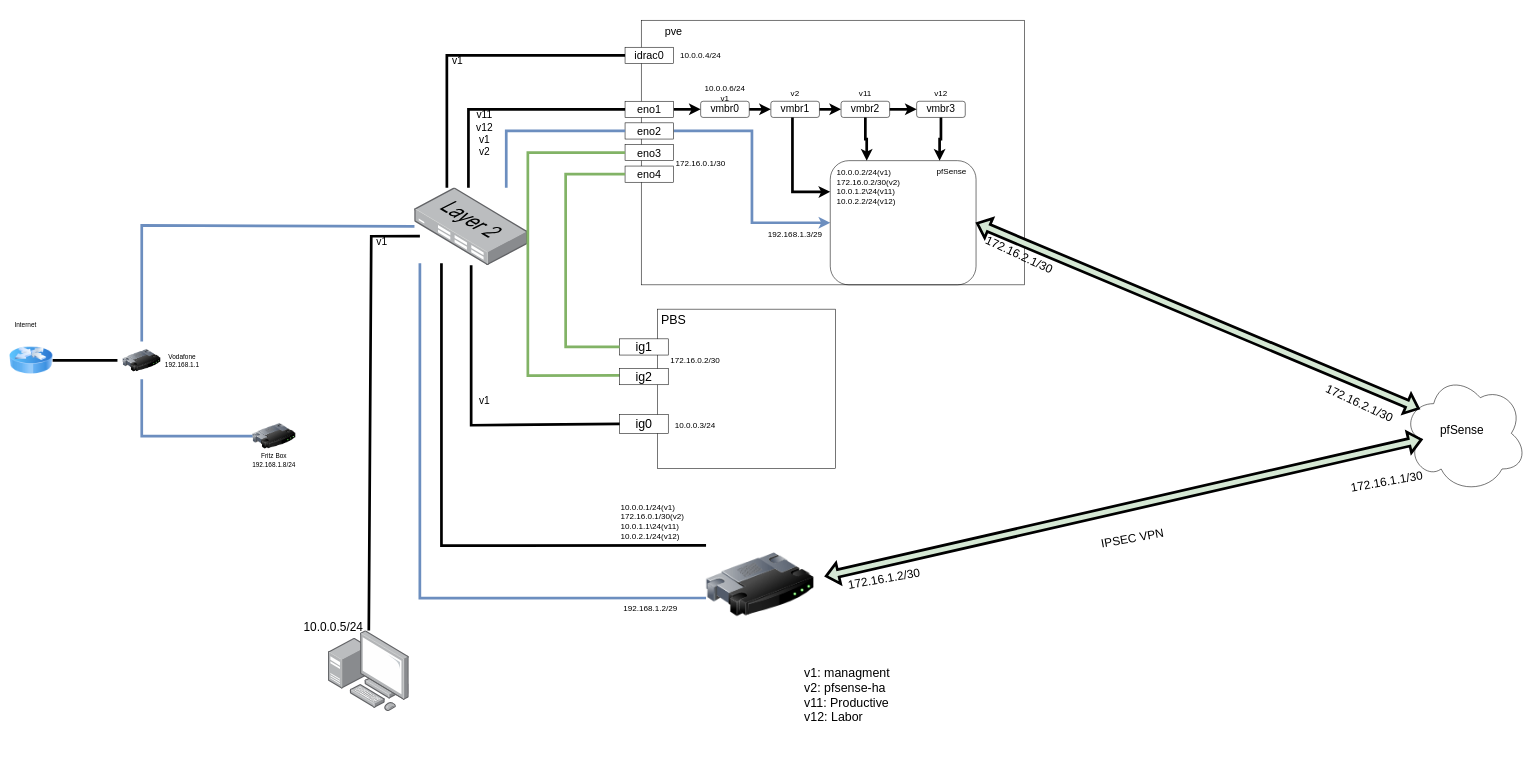
The draw.io diagram Untitled Diagram.drawio in lucpfi/homelab, before the edit. Source tidied: cells renumbered, new cells numbered last; positions are measured from the earlier drawing's top-left corner, leaving out a move shared by most shapes. Both pictures are drawn from the tidied source at 54%, with x=0, y=0 at pixel (9, 9).
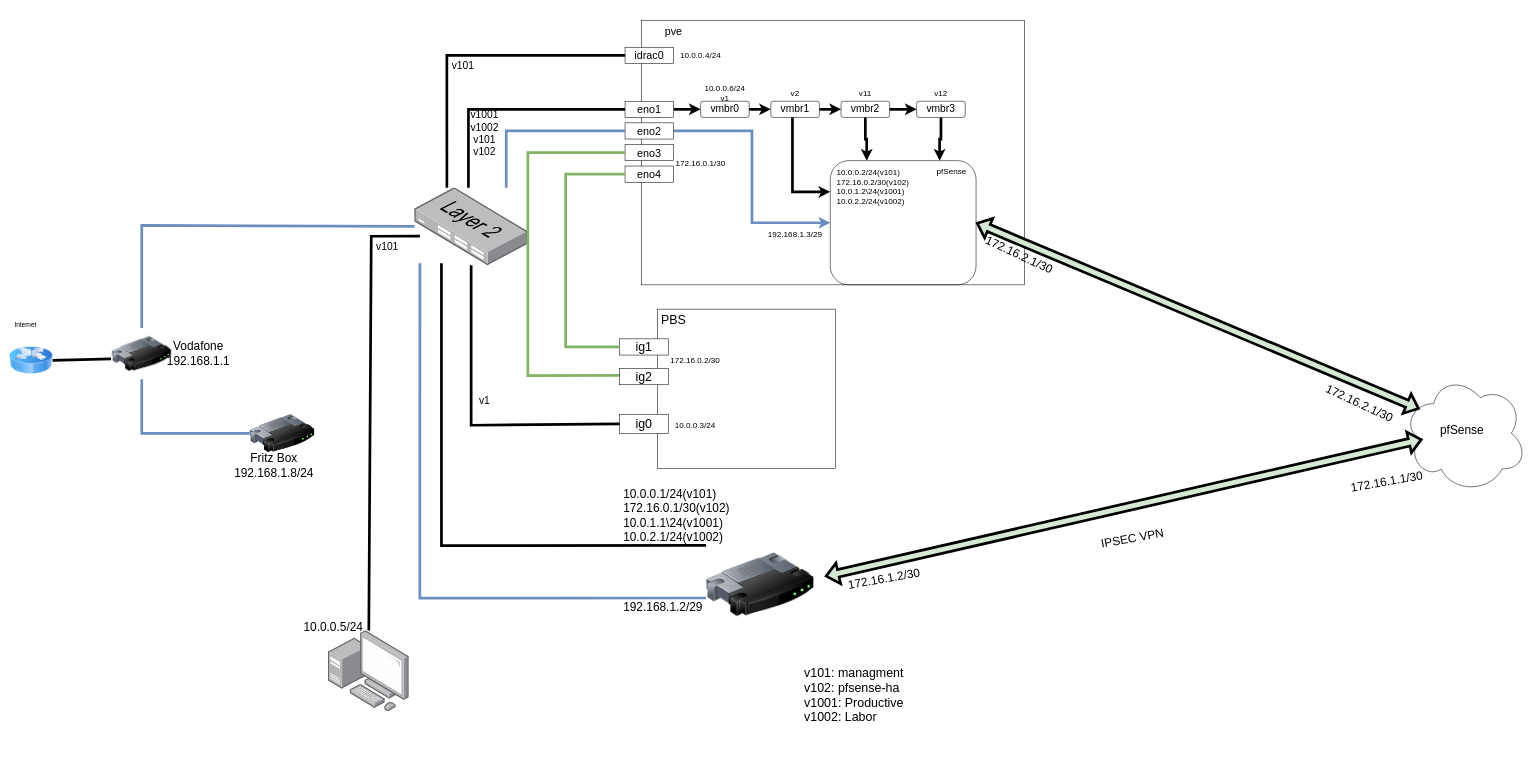
After the change.

Unchanged cells that the change refers to:
```xml
<mxCell id="5" style="image;html=1;image=img/lib/clip_art/networking/Router_Icon_128x128.png;" parent="1" vertex="1">
  <mxGeometry y="610" width="80" height="80" as="geometry" />
</mxCell>
```

The edit, as a diff of the source:
```diff
@@
     <mxCell id="2" style="image;html=1;image=img/lib/clip_art/networking/Router_128x128.png;" parent="1" vertex="1">
-      <mxGeometry x="210" y="615" width="70" height="70" as="geometry" />
+      <mxGeometry x="190" y="590" width="110" height="95" as="geometry" />
     </mxCell>
@@
     <mxCell id="4" style="image;html=1;image=img/lib/clip_art/networking/Router_128x128.png;" parent="1" vertex="1">
-      <mxGeometry x="450" y="750" width="80" height="80" as="geometry" />
+      <mxGeometry x="445" y="740" width="120" height="90" as="geometry" />
     </mxCell>
@@
-    <mxCell id="6" style="endArrow=none;html=1;rounded=0;exitX=1;exitY=0.5;exitDx=0;exitDy=0;strokeWidth=5;" parent="1" edge="1" source="5">
-      <mxGeometry relative="1" as="geometry">
-        <mxPoint x="200" y="650" as="targetPoint" />
-      </mxGeometry>
+    <mxCell id="6" style="endArrow=none;html=1;rounded=0;exitX=1;exitY=0.5;exitDx=0;exitDy=0;strokeWidth=5;entryX=-0.018;entryY=0.601;entryDx=0;entryDy=0;entryPerimeter=0;" parent="1" edge="1" source="5" target="2">
+      <mxGeometry relative="1" as="geometry" />
     </mxCell>
@@
     <mxCell id="8" style="endArrow=none;html=1;rounded=0;strokeWidth=5;entryX=0.5;entryY=1;entryDx=0;entryDy=0;exitX=0;exitY=0.5;exitDx=0;exitDy=0;fillColor=#dae8fc;strokeColor=#6c8ebf;" parent="1" edge="1" source="4" target="2">
       <mxGeometry relative="1" as="geometry">
         <Array as="points">
-          <mxPoint x="245" y="790" />
+          <mxPoint x="245" y="785" />
         </Array>
       </mxGeometry>
     </mxCell>
@@
-    <mxCell id="10" value="Vodafone&lt;br&gt;192.168.1.1" style="text;html=1;strokeColor=none;fillColor=none;align=center;verticalAlign=middle;whiteSpace=wrap;rounded=0;" parent="1" vertex="1">
-      <mxGeometry x="290" y="635" width="60" height="30" as="geometry" />
+    <mxCell id="10" value="Vodafone&lt;br style=&quot;font-size: 22px;&quot;&gt;192.168.1.1" style="text;html=1;strokeColor=none;fillColor=none;align=center;verticalAlign=middle;whiteSpace=wrap;rounded=0;fontSize=22;" parent="1" vertex="1">
+      <mxGeometry x="320" y="622.5" width="60" height="30" as="geometry" />
     </mxCell>
-    <mxCell id="11" value="Fritz Box&lt;br&gt;192.168.1.8/24" style="text;html=1;strokeColor=none;fillColor=none;align=center;verticalAlign=middle;whiteSpace=wrap;rounded=0;" parent="1" vertex="1">
-      <mxGeometry x="445" y="820" width="90" height="30" as="geometry" />
+    <mxCell id="11" value="Fritz Box&lt;br style=&quot;font-size: 22px;&quot;&gt;192.168.1.8/24" style="text;html=1;strokeColor=none;fillColor=none;align=center;verticalAlign=middle;whiteSpace=wrap;rounded=0;fontSize=22;" parent="1" vertex="1">
+      <mxGeometry x="445" y="830" width="90" height="30" as="geometry" />
     </mxCell>
@@
-    <mxCell id="23" value="v1: managment&lt;br&gt;v2: pfsense-ha&lt;br&gt;v11: Productive&lt;br&gt;&lt;div&gt;&lt;div&gt;v12: Labor&lt;/div&gt;&lt;/div&gt;" style="text;html=1;strokeColor=none;fillColor=none;align=left;verticalAlign=middle;whiteSpace=wrap;rounded=0;fontSize=23;" parent="1" vertex="1">
+    <mxCell id="23" value="v101: managment&lt;br&gt;v102: pfsense-ha&lt;br&gt;v1001: Productive&lt;br&gt;&lt;div&gt;&lt;div&gt;v1002: Labor&lt;/div&gt;&lt;/div&gt;" style="text;html=1;strokeColor=none;fillColor=none;align=left;verticalAlign=middle;whiteSpace=wrap;rounded=0;fontSize=23;" parent="1" vertex="1">
       <mxGeometry x="1470" y="1170" width="210" height="200" as="geometry" />
     </mxCell>
-    <mxCell id="24" value="v11&lt;br&gt;v12&lt;br&gt;v1&lt;br&gt;v2" style="text;html=1;strokeColor=none;fillColor=none;align=center;verticalAlign=middle;whiteSpace=wrap;rounded=0;fontSize=19;" parent="1" vertex="1">
+    <mxCell id="24" value="v1001&lt;br&gt;v1002&lt;br&gt;v101&lt;br&gt;v102" style="text;html=1;strokeColor=none;fillColor=none;align=center;verticalAlign=middle;whiteSpace=wrap;rounded=0;fontSize=19;" parent="1" vertex="1">
       <mxGeometry x="850" y="190" width="60" height="80" as="geometry" />
     </mxCell>
@@
-    <mxCell id="37" value="10.0.0.1/24(v1)&lt;br style=&quot;font-size: 15px&quot;&gt;172.16.0.1/30(v2)&lt;br style=&quot;font-size: 15px&quot;&gt;10.0.1.1\24(v11)&lt;br style=&quot;font-size: 15px&quot;&gt;10.0.2.1/24(v12)" style="text;html=1;strokeColor=none;fillColor=none;align=left;verticalAlign=middle;whiteSpace=wrap;rounded=0;fontSize=15;" parent="1" vertex="1">
-      <mxGeometry x="1130" y="910" width="140" height="75" as="geometry" />
+    <mxCell id="37" value="10.0.0.1/24(v101)&lt;br style=&quot;font-size: 22px;&quot;&gt;172.16.0.1/30(v102)&lt;br style=&quot;font-size: 22px;&quot;&gt;10.0.1.1\24(v1001)&lt;br style=&quot;font-size: 22px;&quot;&gt;10.0.2.1/24(v1002)" style="text;html=1;strokeColor=none;fillColor=none;align=left;verticalAlign=middle;whiteSpace=wrap;rounded=0;fontSize=22;" parent="1" vertex="1">
+      <mxGeometry x="1135" y="900" width="140" height="75" as="geometry" />
     </mxCell>
@@
-    <mxCell id="40" value="v1" style="text;html=1;strokeColor=none;fillColor=none;align=center;verticalAlign=middle;whiteSpace=wrap;rounded=0;fontFamily=Helvetica;fontSize=19;fontColor=default;" parent="1" vertex="1">
-      <mxGeometry x="800" y="80" width="60" height="30" as="geometry" />
+    <mxCell id="40" value="v101" style="text;html=1;strokeColor=none;fillColor=none;align=center;verticalAlign=middle;whiteSpace=wrap;rounded=0;fontFamily=Helvetica;fontSize=19;fontColor=default;" parent="1" vertex="1">
+      <mxGeometry x="810" y="90" width="60" height="30" as="geometry" />
     </mxCell>
@@
-    <mxCell id="57" value="192.168.1.2/29" style="text;html=1;strokeColor=none;fillColor=none;align=left;verticalAlign=middle;whiteSpace=wrap;rounded=0;fontSize=15;" parent="1" vertex="1">
+    <mxCell id="57" value="192.168.1.2/29" style="text;html=1;strokeColor=none;fillColor=none;align=left;verticalAlign=middle;whiteSpace=wrap;rounded=0;fontSize=22;" parent="1" vertex="1">
       <mxGeometry x="1135" y="1095" width="140" height="25" as="geometry" />
     </mxCell>
@@
-    <mxCell id="61" value="10.0.0.2/24(v1)&lt;br style=&quot;font-size: 15px&quot;&gt;172.16.0.2/30(v2)&lt;br style=&quot;font-size: 15px&quot;&gt;10.0.1.2\24(v11)&lt;br style=&quot;font-size: 15px&quot;&gt;10.0.2.2/24(v12)" style="text;html=1;strokeColor=none;fillColor=none;align=left;verticalAlign=middle;whiteSpace=wrap;rounded=0;fontSize=15;" parent="1" vertex="1">
+    <mxCell id="61" value="10.0.0.2/24(v101)&lt;br style=&quot;font-size: 15px&quot;&gt;172.16.0.2/30(v102)&lt;br style=&quot;font-size: 15px&quot;&gt;10.0.1.2\24(v1001)&lt;br style=&quot;font-size: 15px&quot;&gt;10.0.2.2/24(v1002)" style="text;html=1;strokeColor=none;fillColor=none;align=left;verticalAlign=middle;whiteSpace=wrap;rounded=0;fontSize=15;" parent="1" vertex="1">
       <mxGeometry x="1530" y="290" width="140" height="75" as="geometry" />
     </mxCell>
@@
-    <mxCell id="74" value="v1" style="text;html=1;strokeColor=none;fillColor=none;align=center;verticalAlign=middle;whiteSpace=wrap;rounded=0;fontFamily=Helvetica;fontSize=19;fontColor=default;" parent="1" vertex="1">
-      <mxGeometry x="660" y="410" width="60" height="40" as="geometry" />
+    <mxCell id="74" value="v101" style="text;html=1;strokeColor=none;fillColor=none;align=center;verticalAlign=middle;whiteSpace=wrap;rounded=0;fontFamily=Helvetica;fontSize=19;fontColor=default;" parent="1" vertex="1">
+      <mxGeometry x="670" y="420" width="60" height="40" as="geometry" />
     </mxCell>
```
